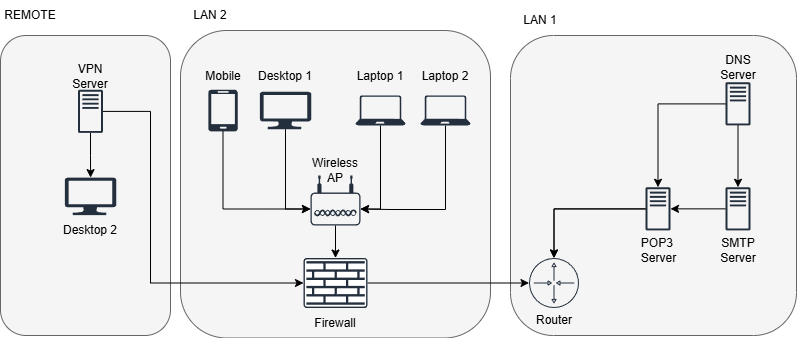
luiigirusso/CyberSA-RAG keeps this draw.io diagram as pipeline/architecture.png. Above is the earlier version. Source tidied: cells renumbered, new cells last; positions are measured from the earlier drawing's top-left corner, leaving out a move shared by most shapes.
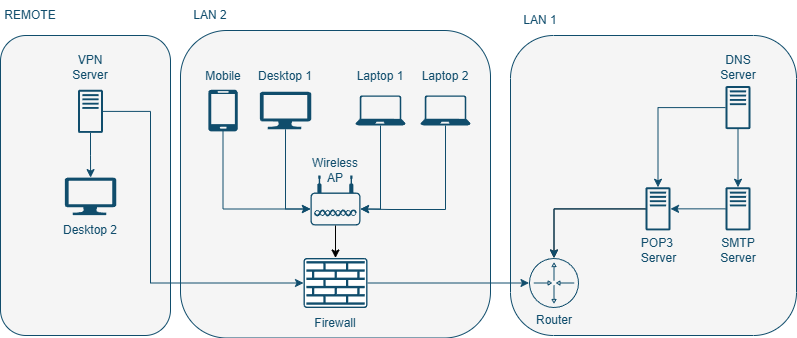
After the commit.

The edit, as a diff of the source:
```diff
@@ -2,94 +2,94 @@
   <root>
     <mxCell id="0" />
     <mxCell id="1" parent="0" />
-    <mxCell id="2" style="rounded=1;whiteSpace=wrap;html=1;fillStyle=auto;fillColor=#f5f5f5;fontColor=#333333;strokeColor=#666666;" parent="1" vertex="1">
+    <mxCell id="2" style="rounded=1;whiteSpace=wrap;html=1;fillStyle=auto;fillColor=#f5f5f5;fontColor=#333333;strokeColor=#104D6C;" parent="1" vertex="1">
       <mxGeometry y="35" width="170" height="300" as="geometry" />
     </mxCell>
-    <mxCell id="3" style="rounded=1;whiteSpace=wrap;html=1;fillStyle=auto;fillColor=#f5f5f5;fontColor=#333333;strokeColor=#666666;" parent="1" vertex="1">
+    <mxCell id="3" style="rounded=1;whiteSpace=wrap;html=1;fillStyle=auto;fillColor=#f5f5f5;fontColor=#333333;strokeColor=light-dark(#104d6c, #959595);" parent="1" vertex="1">
       <mxGeometry x="180" y="30" width="310" height="307.5" as="geometry" />
     </mxCell>
-    <mxCell id="4" style="rounded=1;whiteSpace=wrap;html=1;fillStyle=auto;fillColor=#f5f5f5;fontColor=#333333;strokeColor=#666666;" parent="1" vertex="1">
+    <mxCell id="4" style="rounded=1;whiteSpace=wrap;html=1;fillStyle=auto;fillColor=#f5f5f5;fontColor=#333333;strokeColor=#104D6C;" parent="1" vertex="1">
       <mxGeometry x="510" y="35" width="286" height="300" as="geometry" />
     </mxCell>
-    <mxCell id="5" value="DNS Server" style="text;strokeColor=none;align=center;fillColor=none;html=1;verticalAlign=middle;whiteSpace=wrap;rounded=0;" parent="1" vertex="1">
+    <mxCell id="5" value="DNS Server" style="text;strokeColor=none;align=center;fillColor=none;html=1;verticalAlign=middle;whiteSpace=wrap;rounded=0;fontColor=#104D6C;" parent="1" vertex="1">
       <mxGeometry x="707.5" y="51.7" width="60" height="30" as="geometry" />
     </mxCell>
-    <mxCell id="6" value="SMTP Server" style="text;strokeColor=none;align=center;fillColor=none;html=1;verticalAlign=middle;whiteSpace=wrap;rounded=0;" parent="1" vertex="1">
+    <mxCell id="6" value="SMTP Server" style="text;strokeColor=none;align=center;fillColor=none;html=1;verticalAlign=middle;whiteSpace=wrap;rounded=0;fontColor=#104D6C;" parent="1" vertex="1">
       <mxGeometry x="707.5" y="235" width="60" height="30" as="geometry" />
     </mxCell>
-    <mxCell id="7" value="POP3&amp;nbsp;&lt;div&gt;Server&lt;/div&gt;" style="text;html=1;align=center;verticalAlign=middle;strokeColor=none;fillColor=none;" parent="1" vertex="1">
+    <mxCell id="7" value="POP3&amp;nbsp;&lt;div&gt;Server&lt;/div&gt;" style="text;html=1;align=center;verticalAlign=middle;strokeColor=none;fillColor=none;fontColor=#104D6C;" parent="1" vertex="1">
       <mxGeometry x="627.5" y="230" width="60" height="40" as="geometry" />
     </mxCell>
-    <mxCell id="8" value="LAN 1" style="text;strokeColor=none;align=center;fillColor=none;html=1;verticalAlign=middle;whiteSpace=wrap;rounded=0;" parent="1" vertex="1">
+    <mxCell id="8" value="LAN 1" style="text;strokeColor=none;align=center;fillColor=none;html=1;verticalAlign=middle;whiteSpace=wrap;rounded=0;fontColor=#104D6C;" parent="1" vertex="1">
       <mxGeometry x="510" y="5" width="60" height="30" as="geometry" />
     </mxCell>
-    <mxCell id="9" style="verticalLabelPosition=bottom;html=1;verticalAlign=top;align=center;strokeColor=none;fillColor=#232F3D;shape=mxgraph.azure.laptop;" parent="1" vertex="1">
+    <mxCell id="9" style="verticalLabelPosition=bottom;html=1;verticalAlign=top;align=center;strokeColor=none;fillColor=#104D6C;shape=mxgraph.azure.laptop;" parent="1" vertex="1">
       <mxGeometry x="355" y="95" width="50" height="30" as="geometry" />
     </mxCell>
-    <mxCell id="10" style="verticalLabelPosition=bottom;html=1;verticalAlign=top;align=center;strokeColor=none;fillColor=#232F3D;shape=mxgraph.azure.mobile;" parent="1" vertex="1">
+    <mxCell id="10" style="verticalLabelPosition=bottom;html=1;verticalAlign=top;align=center;strokeColor=none;fillColor=#104D6C;shape=mxgraph.azure.mobile;" parent="1" vertex="1">
       <mxGeometry x="207.8" y="89.2" width="29.5" height="41.7" as="geometry" />
     </mxCell>
-    <mxCell id="11" style="verticalLabelPosition=bottom;html=1;verticalAlign=top;align=center;strokeColor=none;fillColor=#232F3D;shape=mxgraph.azure.computer;" parent="1" vertex="1">
+    <mxCell id="11" style="verticalLabelPosition=bottom;html=1;verticalAlign=top;align=center;strokeColor=none;fillColor=#104D6C;shape=mxgraph.azure.computer;" parent="1" vertex="1">
       <mxGeometry x="259.2" y="91.2" width="51.5" height="37.5" as="geometry" />
     </mxCell>
-    <mxCell id="12" style="verticalLabelPosition=bottom;html=1;verticalAlign=top;align=center;strokeColor=none;fillColor=#232F3D;shape=mxgraph.azure.laptop;" parent="1" vertex="1">
+    <mxCell id="12" style="verticalLabelPosition=bottom;html=1;verticalAlign=top;align=center;strokeColor=none;fillColor=#104D6C;shape=mxgraph.azure.laptop;" parent="1" vertex="1">
       <mxGeometry x="420" y="95" width="50" height="30" as="geometry" />
     </mxCell>
-    <mxCell id="13" value="Mobile" style="text;strokeColor=none;align=center;fillColor=none;html=1;verticalAlign=middle;whiteSpace=wrap;rounded=0;" parent="1" vertex="1">
+    <mxCell id="13" value="&lt;font style=&quot;color: rgb(16, 77, 108);&quot;&gt;Mobile&lt;/font&gt;" style="text;strokeColor=none;align=center;fillColor=none;html=1;verticalAlign=middle;whiteSpace=wrap;rounded=0;" parent="1" vertex="1">
       <mxGeometry x="192.5" y="61.2" width="60" height="30" as="geometry" />
     </mxCell>
-    <mxCell id="14" value="Desktop 1" style="text;strokeColor=none;align=center;fillColor=none;html=1;verticalAlign=middle;whiteSpace=wrap;rounded=0;" parent="1" vertex="1">
+    <mxCell id="14" value="Desktop 1" style="text;strokeColor=none;align=center;fillColor=none;html=1;verticalAlign=middle;whiteSpace=wrap;rounded=0;fontColor=#104D6C;" parent="1" vertex="1">
       <mxGeometry x="255" y="61.2" width="60" height="30" as="geometry" />
     </mxCell>
-    <mxCell id="15" value="Laptop 1" style="text;strokeColor=none;align=center;fillColor=none;html=1;verticalAlign=middle;whiteSpace=wrap;rounded=0;" parent="1" vertex="1">
+    <mxCell id="15" value="Laptop 1" style="text;strokeColor=none;align=center;fillColor=none;html=1;verticalAlign=middle;whiteSpace=wrap;rounded=0;fontColor=#104D6C;" parent="1" vertex="1">
       <mxGeometry x="350" y="61.2" width="60" height="30" as="geometry" />
     </mxCell>
-    <mxCell id="16" value="Laptop 2" style="text;strokeColor=none;align=center;fillColor=none;html=1;verticalAlign=middle;whiteSpace=wrap;rounded=0;" parent="1" vertex="1">
+    <mxCell id="16" value="Laptop 2" style="text;strokeColor=none;align=center;fillColor=none;html=1;verticalAlign=middle;whiteSpace=wrap;rounded=0;fontColor=#104D6C;" parent="1" vertex="1">
       <mxGeometry x="415" y="61.2" width="60" height="30" as="geometry" />
     </mxCell>
-    <mxCell id="17" style="points=[[0.03,0.36,0],[0.18,0,0],[0.5,0.34,0],[0.82,0,0],[0.97,0.36,0],[1,0.67,0],[0.975,0.975,0],[0.5,1,0],[0.025,0.975,0],[0,0.67,0]];verticalLabelPosition=bottom;sketch=0;html=1;verticalAlign=top;align=center;shape=mxgraph.cisco19.wireless_access_point;fillColor=#232F3D;strokeColor=none;" parent="1" vertex="1">
+    <mxCell id="17" style="points=[[0.03,0.36,0],[0.18,0,0],[0.5,0.34,0],[0.82,0,0],[0.97,0.36,0],[1,0.67,0],[0.975,0.975,0],[0.5,1,0],[0.025,0.975,0],[0,0.67,0]];verticalLabelPosition=bottom;sketch=0;html=1;verticalAlign=top;align=center;shape=mxgraph.cisco19.wireless_access_point;fillColor=#104D6C;strokeColor=none;" parent="1" vertex="1">
       <mxGeometry x="310" y="175" width="50" height="50" as="geometry" />
     </mxCell>
-    <mxCell id="18" style="edgeStyle=orthogonalEdgeStyle;rounded=0;jettySize=auto;html=1;exitX=1;exitY=0.5;exitDx=0;exitDy=0;exitPerimeter=0;" parent="1" edge="1" source="19" target="30">
+    <mxCell id="18" style="edgeStyle=orthogonalEdgeStyle;rounded=0;jettySize=auto;html=1;exitX=1;exitY=0.5;exitDx=0;exitDy=0;exitPerimeter=0;strokeColor=#104D6C;" parent="1" edge="1" source="19" target="30">
       <mxGeometry relative="1" as="geometry" />
     </mxCell>
-    <mxCell id="19" style="sketch=0;points=[[0.015,0.015,0],[0.985,0.015,0],[0.985,0.985,0],[0.015,0.985,0],[0.25,0,0],[0.5,0,0],[0.75,0,0],[1,0.25,0],[1,0.5,0],[1,0.75,0],[0.75,1,0],[0.5,1,0],[0.25,1,0],[0,0.75,0],[0,0.5,0],[0,0.25,0]];verticalLabelPosition=bottom;html=1;verticalAlign=top;align=center;shape=mxgraph.cisco19.rect;prIcon=firewall;fillColor=#FFFFFF;strokeColor=#232F3D;" parent="1" vertex="1">
+    <mxCell id="19" style="sketch=0;points=[[0.015,0.015,0],[0.985,0.015,0],[0.985,0.985,0],[0.015,0.985,0],[0.25,0,0],[0.5,0,0],[0.75,0,0],[1,0.25,0],[1,0.5,0],[1,0.75,0],[0.75,1,0],[0.5,1,0],[0.25,1,0],[0,0.75,0],[0,0.5,0],[0,0.25,0]];verticalLabelPosition=bottom;html=1;verticalAlign=top;align=center;shape=mxgraph.cisco19.rect;prIcon=firewall;fillColor=#FFFFFF;strokeColor=#104D6C;" parent="1" vertex="1">
       <mxGeometry x="303" y="257.5" width="64" height="50" as="geometry" />
     </mxCell>
     <mxCell id="20" style="edgeStyle=orthogonalEdgeStyle;rounded=0;jettySize=auto;html=1;exitX=0.5;exitY=1;exitDx=0;exitDy=0;exitPerimeter=0;entryX=0.5;entryY=0;entryDx=0;entryDy=0;entryPerimeter=0;" parent="1" edge="1" source="17" target="19">
       <mxGeometry relative="1" as="geometry" />
     </mxCell>
-    <mxCell id="21" value="Wireless AP" style="text;strokeColor=none;align=center;fillColor=none;html=1;verticalAlign=middle;whiteSpace=wrap;rounded=0;" parent="1" vertex="1">
+    <mxCell id="21" value="Wireless AP" style="text;strokeColor=none;align=center;fillColor=none;html=1;verticalAlign=middle;whiteSpace=wrap;rounded=0;fontColor=#104D6C;" parent="1" vertex="1">
       <mxGeometry x="305" y="155" width="60" height="30" as="geometry" />
     </mxCell>
-    <mxCell id="22" value="Firewall" style="text;strokeColor=none;align=center;fillColor=none;html=1;verticalAlign=middle;whiteSpace=wrap;rounded=0;" parent="1" vertex="1">
+    <mxCell id="22" value="Firewall" style="text;strokeColor=none;align=center;fillColor=none;html=1;verticalAlign=middle;whiteSpace=wrap;rounded=0;fontColor=#104D6C;" parent="1" vertex="1">
       <mxGeometry x="305" y="307.5" width="60" height="30" as="geometry" />
     </mxCell>
-    <mxCell id="23" value="LAN 2" style="text;strokeColor=none;align=center;fillColor=none;html=1;verticalAlign=middle;whiteSpace=wrap;rounded=0;" parent="1" vertex="1">
+    <mxCell id="23" value="LAN 2" style="text;strokeColor=none;align=center;fillColor=none;html=1;verticalAlign=middle;whiteSpace=wrap;rounded=0;fontColor=#104D6C;" parent="1" vertex="1">
       <mxGeometry x="180" width="60" height="30" as="geometry" />
     </mxCell>
-    <mxCell id="24" style="edgeStyle=orthogonalEdgeStyle;rounded=0;jettySize=auto;html=1;" parent="1" edge="1" source="26" target="28">
+    <mxCell id="24" style="edgeStyle=orthogonalEdgeStyle;rounded=0;jettySize=auto;html=1;strokeColor=#104D6C;" parent="1" edge="1" source="26" target="28">
       <mxGeometry relative="1" as="geometry" />
     </mxCell>
     <mxCell id="25" style="edgeStyle=orthogonalEdgeStyle;rounded=0;jettySize=auto;html=1;" parent="1" edge="1" source="43" target="30">
       <mxGeometry relative="1" as="geometry" />
     </mxCell>
-    <mxCell id="26" style="sketch=0;outlineConnect=0;fontColor=#232F3E;gradientColor=none;fillColor=#232F3D;strokeColor=none;dashed=0;verticalLabelPosition=bottom;verticalAlign=top;align=center;html=1;fontSize=12;fontStyle=0;shape=mxgraph.aws4.traditional_server;" parent="1" vertex="1">
-      <mxGeometry x="725" y="81.7" width="25" height="43.3" as="geometry" />
+    <mxCell id="26" style="sketch=0;outlineConnect=0;fontColor=#232F3E;gradientColor=none;fillColor=#104D6C;strokeColor=none;dashed=0;verticalLabelPosition=bottom;verticalAlign=top;align=center;html=1;fontSize=12;fontStyle=0;shape=mxgraph.aws4.traditional_server;" parent="1" vertex="1">
+      <mxGeometry x="725" y="85.4" width="25" height="43.3" as="geometry" />
     </mxCell>
-    <mxCell id="27" style="edgeStyle=orthogonalEdgeStyle;rounded=0;jettySize=auto;html=1;" parent="1" edge="1" source="28" target="43">
+    <mxCell id="27" style="edgeStyle=orthogonalEdgeStyle;rounded=0;jettySize=auto;html=1;strokeColor=#104D6C;" parent="1" edge="1" source="28" target="43">
       <mxGeometry relative="1" as="geometry" />
     </mxCell>
-    <mxCell id="28" style="sketch=0;outlineConnect=0;fontColor=#232F3E;gradientColor=none;fillColor=#232F3D;strokeColor=none;dashed=0;verticalLabelPosition=bottom;verticalAlign=top;align=center;html=1;fontSize=12;fontStyle=0;shape=mxgraph.aws4.traditional_server;" parent="1" vertex="1">
+    <mxCell id="28" style="sketch=0;outlineConnect=0;fontColor=#232F3E;gradientColor=none;fillColor=#104D6C;strokeColor=none;dashed=0;verticalLabelPosition=bottom;verticalAlign=top;align=center;html=1;fontSize=12;fontStyle=0;shape=mxgraph.aws4.traditional_server;" parent="1" vertex="1">
       <mxGeometry x="725" y="186.7" width="25" height="43.3" as="geometry" />
     </mxCell>
-    <mxCell id="29" style="edgeStyle=orthogonalEdgeStyle;rounded=0;jettySize=auto;html=1;" parent="1" edge="1" source="43" target="30">
+    <mxCell id="29" style="edgeStyle=orthogonalEdgeStyle;rounded=0;jettySize=auto;html=1;strokeColor=#104D6C;" parent="1" edge="1" source="43" target="30">
       <mxGeometry relative="1" as="geometry" />
     </mxCell>
-    <mxCell id="30" style="sketch=0;verticalLabelPosition=bottom;sketch=0;html=1;verticalAlign=top;strokeColor=none;fillColor=#232F3D;align=center;outlineConnect=0;shape=mxgraph.citrix2.router;" parent="1" vertex="1">
+    <mxCell id="30" style="sketch=0;verticalLabelPosition=bottom;sketch=0;html=1;verticalAlign=top;strokeColor=none;fillColor=#104D6C;align=center;outlineConnect=0;shape=mxgraph.citrix2.router;" parent="1" vertex="1">
       <mxGeometry x="528.5" y="257.5" width="50" height="50" as="geometry" />
     </mxCell>
-    <mxCell id="31" style="edgeStyle=orthogonalEdgeStyle;rounded=0;jettySize=auto;html=1;entryX=1;entryY=0.67;entryDx=0;entryDy=0;entryPerimeter=0;" parent="1" edge="1" source="12" target="17">
+    <mxCell id="31" style="edgeStyle=orthogonalEdgeStyle;rounded=0;jettySize=auto;html=1;entryX=1;entryY=0.67;entryDx=0;entryDy=0;entryPerimeter=0;strokeColor=#104D6C;" parent="1" edge="1" source="12" target="17">
       <mxGeometry relative="1" as="geometry">
         <Array as="points">
           <mxPoint x="445.5" y="209" />
@@ -97,34 +97,34 @@
         </Array>
       </mxGeometry>
     </mxCell>
-    <mxCell id="32" style="edgeStyle=orthogonalEdgeStyle;rounded=0;jettySize=auto;html=1;exitX=0.5;exitY=1;exitDx=0;exitDy=0;exitPerimeter=0;entryX=1;entryY=0.67;entryDx=0;entryDy=0;entryPerimeter=0;" parent="1" edge="1" source="9" target="17">
+    <mxCell id="32" style="edgeStyle=orthogonalEdgeStyle;rounded=0;jettySize=auto;html=1;exitX=0.5;exitY=1;exitDx=0;exitDy=0;exitPerimeter=0;entryX=1;entryY=0.67;entryDx=0;entryDy=0;entryPerimeter=0;strokeColor=#104D6C;" parent="1" edge="1" source="9" target="17">
       <mxGeometry relative="1" as="geometry" />
     </mxCell>
-    <mxCell id="33" style="edgeStyle=orthogonalEdgeStyle;rounded=0;jettySize=auto;html=1;exitX=0.5;exitY=1;exitDx=0;exitDy=0;exitPerimeter=0;entryX=0;entryY=0.67;entryDx=0;entryDy=0;entryPerimeter=0;" parent="1" edge="1" source="11" target="17">
+    <mxCell id="33" style="edgeStyle=orthogonalEdgeStyle;rounded=0;jettySize=auto;html=1;exitX=0.5;exitY=1;exitDx=0;exitDy=0;exitPerimeter=0;entryX=0;entryY=0.67;entryDx=0;entryDy=0;entryPerimeter=0;strokeColor=#104D6C;" parent="1" edge="1" source="11" target="17">
       <mxGeometry relative="1" as="geometry" />
     </mxCell>
-    <mxCell id="34" style="edgeStyle=orthogonalEdgeStyle;rounded=0;jettySize=auto;html=1;exitX=0.5;exitY=1;exitDx=0;exitDy=0;exitPerimeter=0;entryX=0;entryY=0.67;entryDx=0;entryDy=0;entryPerimeter=0;" parent="1" edge="1" source="10" target="17">
+    <mxCell id="34" style="edgeStyle=orthogonalEdgeStyle;rounded=0;jettySize=auto;html=1;exitX=0.5;exitY=1;exitDx=0;exitDy=0;exitPerimeter=0;entryX=0;entryY=0.67;entryDx=0;entryDy=0;entryPerimeter=0;strokeColor=#104D6C;" parent="1" edge="1" source="10" target="17">
       <mxGeometry relative="1" as="geometry" />
     </mxCell>
-    <mxCell id="35" value="Router" style="text;strokeColor=none;align=center;fillColor=none;html=1;verticalAlign=middle;whiteSpace=wrap;rounded=0;" parent="1" vertex="1">
+    <mxCell id="35" value="Router" style="text;strokeColor=none;align=center;fillColor=none;html=1;verticalAlign=middle;whiteSpace=wrap;rounded=0;fontColor=#104D6C;" parent="1" vertex="1">
       <mxGeometry x="523.5" y="305" width="60" height="30" as="geometry" />
     </mxCell>
-    <mxCell id="36" style="edgeStyle=orthogonalEdgeStyle;rounded=0;jettySize=auto;html=1;" parent="1" edge="1" source="37" target="38">
+    <mxCell id="36" style="edgeStyle=orthogonalEdgeStyle;rounded=0;jettySize=auto;html=1;strokeColor=#104D6C;" parent="1" edge="1" source="37" target="38">
       <mxGeometry relative="1" as="geometry" />
     </mxCell>
-    <mxCell id="37" style="sketch=0;outlineConnect=0;fontColor=#232F3E;gradientColor=none;fillColor=#232F3D;strokeColor=none;dashed=0;verticalLabelPosition=bottom;verticalAlign=top;align=center;html=1;fontSize=12;fontStyle=0;shape=mxgraph.aws4.traditional_server;" parent="1" vertex="1">
+    <mxCell id="37" style="sketch=0;outlineConnect=0;fontColor=#232F3E;gradientColor=none;fillColor=#104D6C;strokeColor=none;dashed=0;verticalLabelPosition=bottom;verticalAlign=top;align=center;html=1;fontSize=12;fontStyle=0;shape=mxgraph.aws4.traditional_server;" parent="1" vertex="1">
       <mxGeometry x="77.5" y="89.2" width="25" height="43.3" as="geometry" />
     </mxCell>
-    <mxCell id="38" style="verticalLabelPosition=bottom;html=1;verticalAlign=top;align=center;strokeColor=none;fillColor=#232F3D;shape=mxgraph.azure.computer;" parent="1" vertex="1">
+    <mxCell id="38" style="verticalLabelPosition=bottom;html=1;verticalAlign=top;align=center;strokeColor=none;fillColor=#104D6C;shape=mxgraph.azure.computer;" parent="1" vertex="1">
       <mxGeometry x="64.2" y="177.1" width="51.5" height="37.5" as="geometry" />
     </mxCell>
-    <mxCell id="39" value="VPN&lt;div&gt;Server&lt;/div&gt;" style="text;strokeColor=none;align=center;fillColor=none;html=1;verticalAlign=middle;whiteSpace=wrap;rounded=0;" parent="1" vertex="1">
-      <mxGeometry x="60" y="61.2" width="60" height="30" as="geometry" />
+    <mxCell id="39" value="VPN&lt;div&gt;Server&lt;/div&gt;" style="text;strokeColor=none;align=center;fillColor=none;html=1;verticalAlign=middle;whiteSpace=wrap;rounded=0;fontColor=#104D6C;" parent="1" vertex="1">
+      <mxGeometry x="60" y="51.7" width="60" height="30" as="geometry" />
     </mxCell>
-    <mxCell id="40" value="Desktop 2" style="text;strokeColor=none;align=center;fillColor=none;html=1;verticalAlign=middle;whiteSpace=wrap;rounded=0;" parent="1" vertex="1">
+    <mxCell id="40" value="Desktop 2" style="text;strokeColor=none;align=center;fillColor=none;html=1;verticalAlign=middle;whiteSpace=wrap;rounded=0;fontColor=#104D6C;" parent="1" vertex="1">
       <mxGeometry x="60" y="214.6" width="60" height="30" as="geometry" />
     </mxCell>
-    <mxCell id="41" style="edgeStyle=orthogonalEdgeStyle;rounded=0;jettySize=auto;html=1;entryX=0;entryY=0.5;entryDx=0;entryDy=0;entryPerimeter=0;" parent="1" edge="1" source="37" target="19">
+    <mxCell id="41" style="edgeStyle=orthogonalEdgeStyle;rounded=0;jettySize=auto;html=1;entryX=0;entryY=0.5;entryDx=0;entryDy=0;entryPerimeter=0;strokeColor=#104D6C;" parent="1" edge="1" source="37" target="19">
       <mxGeometry relative="1" as="geometry">
         <Array as="points">
           <mxPoint x="150" y="111" />
@@ -132,13 +132,13 @@
         </Array>
       </mxGeometry>
     </mxCell>
-    <mxCell id="42" style="edgeStyle=orthogonalEdgeStyle;rounded=0;jettySize=auto;html=1;" parent="1" edge="1" source="26" target="43">
+    <mxCell id="42" style="edgeStyle=orthogonalEdgeStyle;rounded=0;jettySize=auto;html=1;strokeColor=#104D6C;" parent="1" edge="1" source="26" target="43">
       <mxGeometry relative="1" as="geometry" />
     </mxCell>
-    <mxCell id="43" style="sketch=0;outlineConnect=0;fontColor=#232F3E;gradientColor=none;fillColor=#232F3D;strokeColor=none;dashed=0;verticalLabelPosition=bottom;verticalAlign=top;align=center;html=1;fontSize=12;fontStyle=0;shape=mxgraph.aws4.traditional_server;" parent="1" vertex="1">
+    <mxCell id="43" style="sketch=0;outlineConnect=0;fontColor=#232F3E;gradientColor=none;fillColor=#104D6C;strokeColor=none;dashed=0;verticalLabelPosition=bottom;verticalAlign=top;align=center;html=1;fontSize=12;fontStyle=0;shape=mxgraph.aws4.traditional_server;" parent="1" vertex="1">
       <mxGeometry x="645" y="186.7" width="25" height="43.3" as="geometry" />
     </mxCell>
-    <mxCell id="44" value="REMOTE" style="text;strokeColor=none;align=center;fillColor=none;html=1;verticalAlign=middle;whiteSpace=wrap;rounded=0;" parent="1" vertex="1">
+    <mxCell id="44" value="REMOTE" style="text;strokeColor=none;align=center;fillColor=none;html=1;verticalAlign=middle;whiteSpace=wrap;rounded=0;fontColor=#104D6C;" parent="1" vertex="1">
       <mxGeometry width="60" height="30" as="geometry" />
     </mxCell>
   </root>
```
